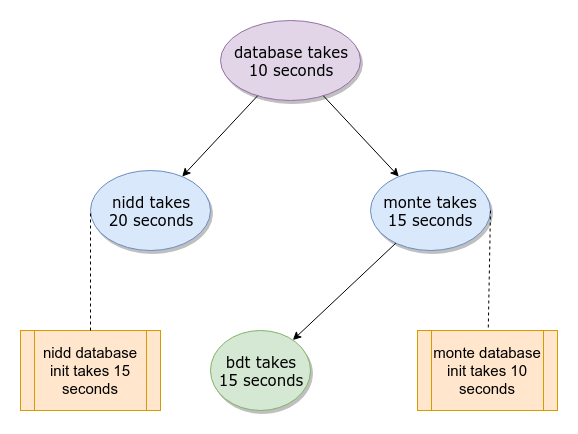
Before: cni-poc.png, a diagram exported from draw.io (songdongsheng/cni-poc). Source tidied: cells renumbered, new cells last; positions are measured from the earlier drawing's top-left corner, leaving out a move shared by most shapes.
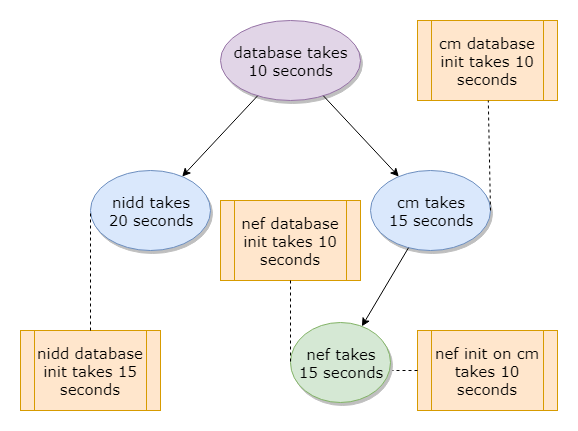
The same file after the commit.

Diff of the diagram source:
```diff
@@ -5,14 +5,14 @@
     <mxCell id="2" value="&lt;font style=&quot;font-size: 15px&quot;&gt;database takes&lt;br&gt;10 seconds&lt;/font&gt;&lt;br&gt;" style="ellipse;whiteSpace=wrap;html=1;rounded=0;shadow=1;comic=0;labelBackgroundColor=none;strokeColor=#9673a6;strokeWidth=1;fillColor=#e1d5e7;fontFamily=Verdana;fontSize=12;align=center;" parent="1" vertex="1">
       <mxGeometry x="200" width="140" height="80" as="geometry" />
     </mxCell>
-    <mxCell id="3" value="&lt;span style=&quot;font-size: 15px&quot;&gt;monte takes&lt;br&gt;15 seconds&lt;br&gt;&lt;/span&gt;" style="ellipse;whiteSpace=wrap;html=1;rounded=0;shadow=1;comic=0;labelBackgroundColor=none;strokeColor=#6c8ebf;strokeWidth=1;fillColor=#dae8fc;fontFamily=Verdana;fontSize=12;align=center;" parent="1" vertex="1">
+    <mxCell id="3" value="&lt;span style=&quot;font-size: 15px&quot;&gt;cm takes&lt;br&gt;15 seconds&lt;br&gt;&lt;/span&gt;" style="ellipse;whiteSpace=wrap;html=1;rounded=0;shadow=1;comic=0;labelBackgroundColor=none;strokeColor=#6c8ebf;strokeWidth=1;fillColor=#dae8fc;fontFamily=Verdana;fontSize=12;align=center;" parent="1" vertex="1">
       <mxGeometry x="350" y="150" width="120" height="80" as="geometry" />
     </mxCell>
     <mxCell id="4" value="&lt;span style=&quot;font-size: 15px&quot;&gt;nidd&amp;nbsp;takes&lt;br&gt;20 seconds&lt;br&gt;&lt;/span&gt;" style="ellipse;whiteSpace=wrap;html=1;rounded=0;shadow=1;comic=0;labelBackgroundColor=none;strokeColor=#6c8ebf;strokeWidth=1;fillColor=#dae8fc;fontFamily=Verdana;fontSize=12;align=center;" parent="1" vertex="1">
       <mxGeometry x="70" y="150" width="120" height="80" as="geometry" />
     </mxCell>
-    <mxCell id="5" value="&lt;font style=&quot;font-size: 15px&quot;&gt;&lt;span&gt;bdt takes&lt;/span&gt;&lt;br&gt;&lt;span&gt;15 seconds&lt;/span&gt;&lt;/font&gt;" style="ellipse;whiteSpace=wrap;html=1;rounded=0;shadow=1;comic=0;labelBackgroundColor=none;strokeColor=#82b366;strokeWidth=1;fillColor=#d5e8d4;fontFamily=Verdana;fontSize=12;align=center;" parent="1" vertex="1">
-      <mxGeometry x="190" y="310" width="100" height="80" as="geometry" />
+    <mxCell id="5" value="&lt;font style=&quot;font-size: 15px&quot;&gt;&lt;span&gt;nef takes&lt;/span&gt;&lt;br&gt;&lt;span&gt;15 seconds&lt;/span&gt;&lt;/font&gt;" style="ellipse;whiteSpace=wrap;html=1;rounded=0;shadow=1;comic=0;labelBackgroundColor=none;strokeColor=#82b366;strokeWidth=1;fillColor=#d5e8d4;fontFamily=Verdana;fontSize=12;align=center;" parent="1" vertex="1">
+      <mxGeometry x="270" y="302" width="100" height="80" as="geometry" />
     </mxCell>
     <mxCell id="6" style="endArrow=classic;html=1;" parent="1" edge="1" source="2" target="4">
       <mxGeometry relative="1" as="geometry" />
@@ -23,10 +23,10 @@
     <mxCell id="8" style="endArrow=classic;html=1;" parent="1" edge="1" source="3" target="5">
       <mxGeometry relative="1" as="geometry" />
     </mxCell>
-    <mxCell id="9" value="&lt;font style=&quot;font-size: 15px&quot;&gt;monte database init takes 10 seconds&lt;/font&gt;" style="shape=process;whiteSpace=wrap;html=1;backgroundOutline=1;fillColor=#ffe6cc;strokeColor=#d79b00;" parent="1" vertex="1">
-      <mxGeometry x="397" y="310" width="140" height="80" as="geometry" />
+    <mxCell id="9" value="&lt;font style=&quot;font-size: 15px&quot; face=&quot;Verdana&quot;&gt;cm database init takes 10 seconds&lt;/font&gt;" style="shape=process;whiteSpace=wrap;html=1;backgroundOutline=1;fillColor=#ffe6cc;strokeColor=#d79b00;" parent="1" vertex="1">
+      <mxGeometry x="397" width="140" height="80" as="geometry" />
     </mxCell>
-    <mxCell id="10" value="&lt;font style=&quot;font-size: 15px&quot;&gt;nidd database init takes 15 seconds&lt;/font&gt;" style="shape=process;whiteSpace=wrap;html=1;backgroundOutline=1;fillColor=#ffe6cc;strokeColor=#d79b00;" parent="1" vertex="1">
+    <mxCell id="10" value="&lt;font style=&quot;font-size: 15px&quot; face=&quot;Verdana&quot;&gt;nidd database init takes 15 seconds&lt;/font&gt;" style="shape=process;whiteSpace=wrap;html=1;backgroundOutline=1;fillColor=#ffe6cc;strokeColor=#d79b00;" parent="1" vertex="1">
       <mxGeometry y="310" width="140" height="80" as="geometry" />
     </mxCell>
     <mxCell id="11" style="endArrow=none;dashed=1;html=1;entryX=0;entryY=0.5;entryDx=0;entryDy=0;" parent="1" edge="1" source="10" target="4">
@@ -35,5 +35,17 @@
     <mxCell id="12" style="endArrow=none;dashed=1;html=1;exitX=1;exitY=0.5;exitDx=0;exitDy=0;" parent="1" edge="1" source="3" target="9">
       <mxGeometry relative="1" as="geometry" />
     </mxCell>
+    <mxCell id="13" value="&lt;font style=&quot;font-size: 15px&quot; face=&quot;Verdana&quot;&gt;nef database init takes 10 seconds&lt;/font&gt;" style="shape=process;whiteSpace=wrap;html=1;backgroundOutline=1;fillColor=#ffe6cc;strokeColor=#d79b00;" parent="1" vertex="1">
+      <mxGeometry x="200" y="180" width="140" height="80" as="geometry" />
+    </mxCell>
+    <mxCell id="14" style="endArrow=none;dashed=1;html=1;exitX=0.5;exitY=1;exitDx=0;exitDy=0;entryX=0;entryY=0.5;entryDx=0;entryDy=0;" parent="1" edge="1" source="13" target="5">
+      <mxGeometry relative="1" as="geometry" />
+    </mxCell>
+    <mxCell id="15" value="&lt;font style=&quot;font-size: 15px&quot; face=&quot;Verdana&quot;&gt;nef init on cm takes 10 seconds&lt;/font&gt;" style="shape=process;whiteSpace=wrap;html=1;backgroundOutline=1;fillColor=#ffe6cc;strokeColor=#d79b00;" parent="1" vertex="1">
+      <mxGeometry x="397" y="310" width="140" height="80" as="geometry" />
+    </mxCell>
+    <mxCell id="16" style="endArrow=none;dashed=1;html=1;exitX=0;exitY=0.5;exitDx=0;exitDy=0;entryX=1.02;entryY=0.604;entryDx=0;entryDy=0;entryPerimeter=0;" parent="1" edge="1" source="15" target="5">
+      <mxGeometry relative="1" as="geometry" />
+    </mxCell>
   </root>
 </mxGraphModel>
```
